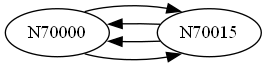
Earlier version of the Graphviz export cmake-build-debug/grafica_LC_Mantenimiento.png (Samashoas/202109705_Proyecto_EDD). Its source is kept beside it as cmake-build-debug/grafica_LC_Mantenimiento.dot.
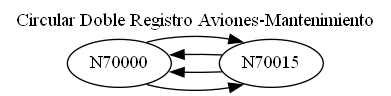
Above is the later version.

What changed in the source:
```diff
@@ -1,4 +1,6 @@
 digraph G { rankdir=LR; node [shape=oval];
+labelloc="t";
+label="Circular Doble Registro Aviones-Mantenimiento";
 node0 [label="N70000"];
 node1 [label="N70015"];
 node0 -> node1;
```
